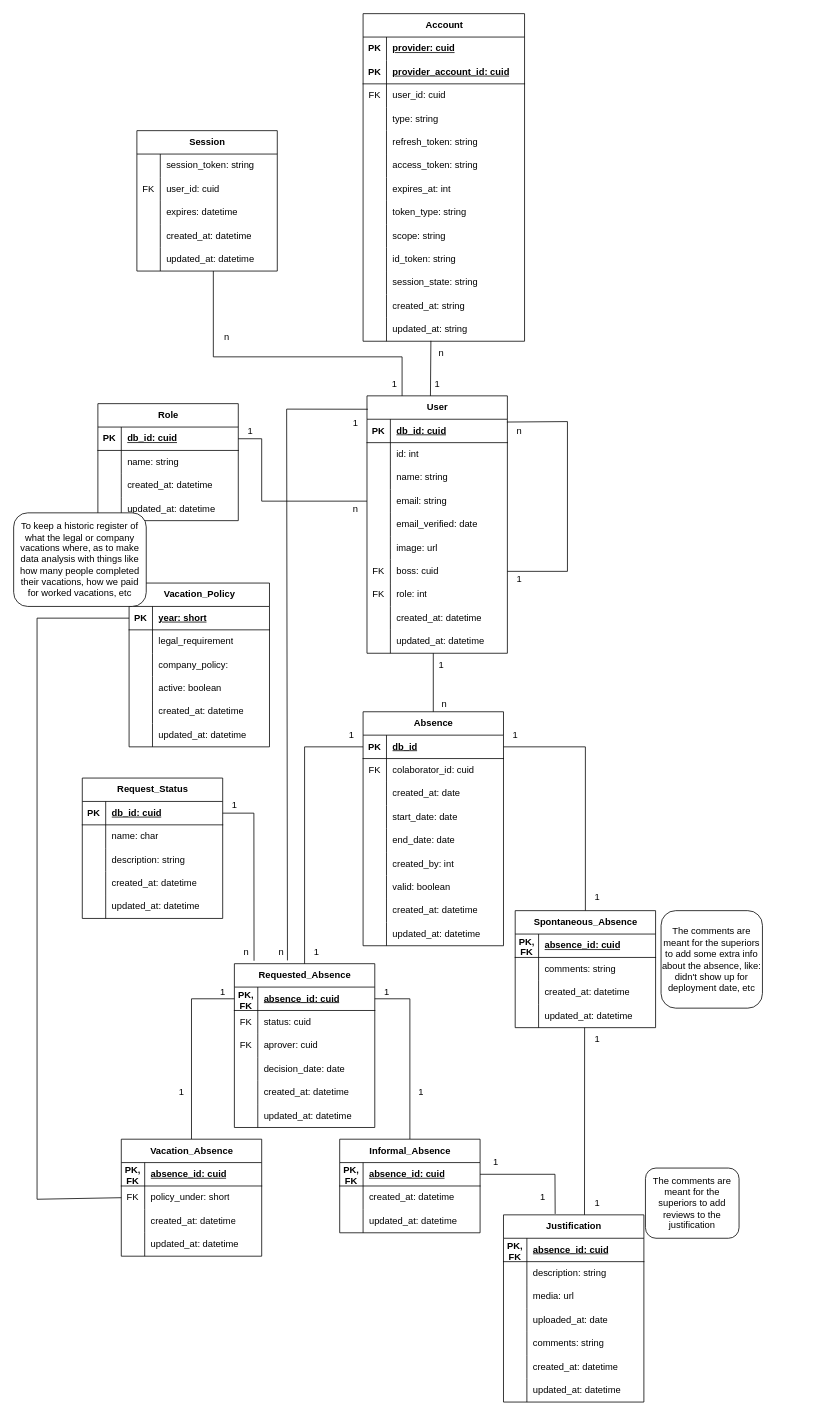
This is GestionHumana.drawio from Proyecto-de-Ingenieria-III-EIA/sistema-de-gestion-de-vacaciones, a draw.io file, before an edit. Source tidied: cells renumbered, new cells numbered last; positions are measured from the earlier drawing's top-left corner, leaving out a move shared by most shapes. Both pictures are drawn from the tidied source at 78%, with x=0, y=0 at pixel (13, 13).
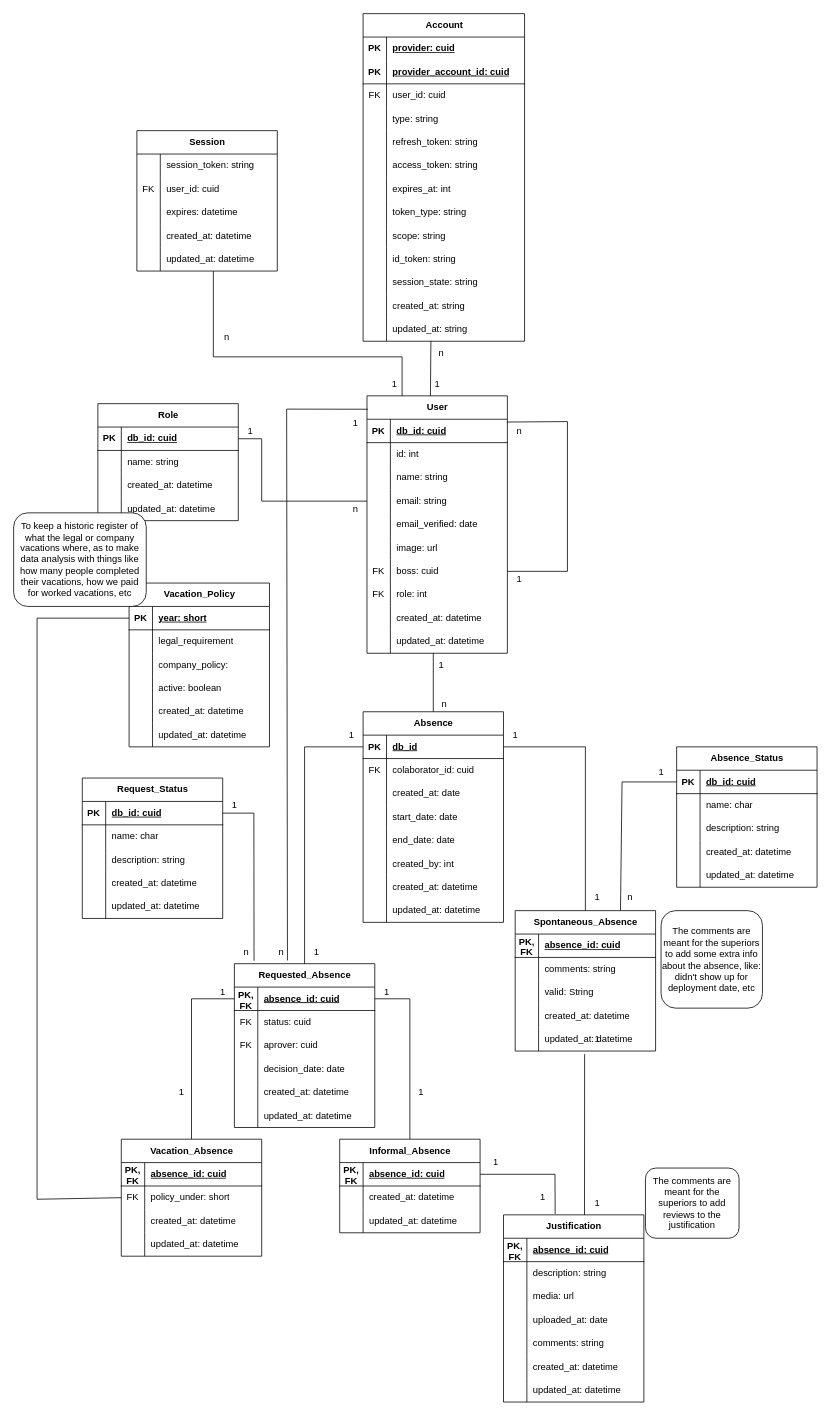
The same page after the edit.

Commit message:
Changed the database diagram

Unchanged cells that the change refers to:
```xml
<mxCell id="197" value="Justification" style="shape=table;startSize=30;childLayout=tableLayout;rowLines=0;fontStyle=1;align=center;html=1;" parent="1" vertex="1">
  <mxGeometry x="628" y="1540" width="180" height="240" as="geometry" />
</mxCell>
<mxCell id="250" value="1" style="text;html=1;align=center;verticalAlign=middle;points=[];strokeColor=none;fillColor=none;" parent="1" vertex="1">
  <mxGeometry x="733" y="1300" width="30" height="30" as="geometry" />
</mxCell>
```

What changed in the source:
```diff
@@
     <mxCell id="121" value="Absence" style="shape=table;startSize=30;childLayout=tableLayout;rowLines=0;fontStyle=1;align=center;html=1;" parent="1" vertex="1">
-      <mxGeometry x="448" y="895" width="180" height="300" as="geometry" />
+      <mxGeometry x="448" y="895" width="180" height="270" as="geometry" />
     </mxCell>
@@
-    <mxCell id="140" style="shape=tableRow;horizontal=0;startSize=0;swimlaneHead=0;swimlaneBody=0;fillColor=none;top=0;left=0;right=0;bottom=0;" parent="121" vertex="1">
-      <mxGeometry y="210" width="180" height="30" as="geometry" />
-    </mxCell>
-    <mxCell id="141" style="shape=partialRectangle;fillColor=none;top=0;left=0;bottom=0;right=0;overflow=hidden;whiteSpace=wrap;html=1;" parent="140" vertex="1">
-      <mxGeometry width="30" height="30" as="geometry" />
-    </mxCell>
-    <mxCell id="142" value="valid: boolean" style="shape=partialRectangle;fillColor=none;top=0;left=0;bottom=0;right=0;align=left;spacingLeft=6;overflow=hidden;whiteSpace=wrap;html=1;" parent="140" vertex="1">
-      <mxGeometry x="30" width="150" height="30" as="geometry" />
-    </mxCell>
     <mxCell id="143" style="shape=tableRow;horizontal=0;startSize=0;swimlaneHead=0;swimlaneBody=0;fillColor=none;top=0;left=0;right=0;bottom=0;" parent="121" vertex="1">
-      <mxGeometry y="240" width="180" height="30" as="geometry" />
+      <mxGeometry y="210" width="180" height="30" as="geometry" />
     </mxCell>
@@
     <mxCell id="146" style="shape=tableRow;horizontal=0;startSize=0;swimlaneHead=0;swimlaneBody=0;fillColor=none;top=0;left=0;right=0;bottom=0;" parent="121" vertex="1">
-      <mxGeometry y="270" width="180" height="30" as="geometry" />
+      <mxGeometry y="240" width="180" height="30" as="geometry" />
     </mxCell>
@@
     <mxCell id="168" value="Spontaneous_Absence" style="shape=table;startSize=30;childLayout=tableLayout;rowLines=0;fontStyle=1;align=center;html=1;" parent="1" vertex="1">
-      <mxGeometry x="643" y="1150" width="180" height="150" as="geometry" />
+      <mxGeometry x="643" y="1150" width="180" height="180" as="geometry" />
     </mxCell>
@@
+    <mxCell id="285" style="shape=tableRow;horizontal=0;startSize=0;swimlaneHead=0;swimlaneBody=0;fillColor=none;top=0;left=0;right=0;bottom=0;" parent="168" vertex="1">
+      <mxGeometry y="90" width="180" height="30" as="geometry" />
+    </mxCell>
+    <mxCell id="286" style="shape=partialRectangle;fillColor=none;top=0;left=0;bottom=0;right=0;overflow=hidden;whiteSpace=wrap;html=1;" parent="285" vertex="1">
+      <mxGeometry width="30" height="30" as="geometry" />
+    </mxCell>
+    <mxCell id="287" value="valid: String" style="shape=partialRectangle;fillColor=none;top=0;left=0;bottom=0;right=0;align=left;spacingLeft=6;overflow=hidden;whiteSpace=wrap;html=1;" parent="285" vertex="1">
+      <mxGeometry x="30" width="150" height="30" as="geometry" />
+    </mxCell>
     <mxCell id="175" style="shape=tableRow;horizontal=0;startSize=0;swimlaneHead=0;swimlaneBody=0;fillColor=none;top=0;left=0;right=0;bottom=0;" parent="168" vertex="1">
-      <mxGeometry y="90" width="180" height="30" as="geometry" />
+      <mxGeometry y="120" width="180" height="30" as="geometry" />
     </mxCell>
@@
     <mxCell id="178" style="shape=tableRow;horizontal=0;startSize=0;swimlaneHead=0;swimlaneBody=0;fillColor=none;top=0;left=0;right=0;bottom=0;" parent="168" vertex="1">
-      <mxGeometry y="120" width="180" height="30" as="geometry" />
+      <mxGeometry y="150" width="180" height="30" as="geometry" />
     </mxCell>
@@
-    <mxCell id="246" style="endArrow=none;html=1;rounded=0;exitX=0.577;exitY=0;exitDx=0;exitDy=0;exitPerimeter=0;" parent="1" edge="1" source="197">
-      <mxGeometry relative="1" as="geometry">
-        <mxPoint x="732" y="1300" as="targetPoint" />
-      </mxGeometry>
+    <mxCell id="246" style="endArrow=none;html=1;rounded=0;exitX=0.577;exitY=0;exitDx=0;exitDy=0;exitPerimeter=0;entryX=-0.033;entryY=1.133;entryDx=0;entryDy=0;entryPerimeter=0;" parent="1" edge="1" source="197" target="250">
+      <mxGeometry relative="1" as="geometry" />
     </mxCell>
@@
+    <mxCell id="288" value="Absence_Status" style="shape=table;startSize=30;childLayout=tableLayout;rowLines=0;fontStyle=1;align=center;html=1;" parent="1" vertex="1">
+      <mxGeometry x="850" y="940" width="180" height="180" as="geometry" />
+    </mxCell>
+    <mxCell id="289" style="shape=tableRow;horizontal=0;startSize=0;swimlaneHead=0;swimlaneBody=0;fillColor=none;points=[[0,0.5],[1,0.5]];portConstraint=eastwest;top=0;left=0;right=0;bottom=1;" parent="288" vertex="1">
+      <mxGeometry y="30" width="180" height="30" as="geometry" />
+    </mxCell>
+    <mxCell id="290" value="PK" style="shape=partialRectangle;fillColor=none;top=0;left=0;bottom=0;right=0;fontStyle=1;overflow=hidden;whiteSpace=wrap;html=1;" parent="289" vertex="1">
+      <mxGeometry width="30" height="30" as="geometry" />
+    </mxCell>
+    <mxCell id="291" value="db_id: cuid" style="shape=partialRectangle;fillColor=none;top=0;left=0;bottom=0;right=0;align=left;spacingLeft=6;fontStyle=5;overflow=hidden;whiteSpace=wrap;html=1;" parent="289" vertex="1">
+      <mxGeometry x="30" width="150" height="30" as="geometry" />
+    </mxCell>
+    <mxCell id="292" style="shape=tableRow;horizontal=0;startSize=0;swimlaneHead=0;swimlaneBody=0;fillColor=none;top=0;left=0;right=0;bottom=0;" parent="288" vertex="1">
+      <mxGeometry y="60" width="180" height="30" as="geometry" />
+    </mxCell>
+    <mxCell id="293" style="shape=partialRectangle;fillColor=none;top=0;left=0;bottom=0;right=0;overflow=hidden;whiteSpace=wrap;html=1;" parent="292" vertex="1">
+      <mxGeometry width="30" height="30" as="geometry" />
+    </mxCell>
+    <mxCell id="294" value="name: char" style="shape=partialRectangle;fillColor=none;top=0;left=0;bottom=0;right=0;align=left;spacingLeft=6;overflow=hidden;whiteSpace=wrap;html=1;" parent="292" vertex="1">
+      <mxGeometry x="30" width="150" height="30" as="geometry" />
+    </mxCell>
+    <mxCell id="295" style="shape=tableRow;horizontal=0;startSize=0;swimlaneHead=0;swimlaneBody=0;fillColor=none;top=0;left=0;right=0;bottom=0;" parent="288" vertex="1">
+      <mxGeometry y="90" width="180" height="30" as="geometry" />
+    </mxCell>
+    <mxCell id="296" style="shape=partialRectangle;fillColor=none;top=0;left=0;bottom=0;right=0;overflow=hidden;whiteSpace=wrap;html=1;" parent="295" vertex="1">
+      <mxGeometry width="30" height="30" as="geometry" />
+    </mxCell>
+    <mxCell id="297" value="description: string" style="shape=partialRectangle;fillColor=none;top=0;left=0;bottom=0;right=0;align=left;spacingLeft=6;overflow=hidden;whiteSpace=wrap;html=1;" parent="295" vertex="1">
+      <mxGeometry x="30" width="150" height="30" as="geometry" />
+    </mxCell>
+    <mxCell id="298" style="shape=tableRow;horizontal=0;startSize=0;swimlaneHead=0;swimlaneBody=0;fillColor=none;top=0;left=0;right=0;bottom=0;" parent="288" vertex="1">
+      <mxGeometry y="120" width="180" height="30" as="geometry" />
+    </mxCell>
+    <mxCell id="299" style="shape=partialRectangle;fillColor=none;top=0;left=0;bottom=0;right=0;overflow=hidden;whiteSpace=wrap;html=1;" parent="298" vertex="1">
+      <mxGeometry width="30" height="30" as="geometry" />
+    </mxCell>
+    <mxCell id="300" value="created_at: datetime" style="shape=partialRectangle;fillColor=none;top=0;left=0;bottom=0;right=0;align=left;spacingLeft=6;overflow=hidden;whiteSpace=wrap;html=1;" parent="298" vertex="1">
+      <mxGeometry x="30" width="150" height="30" as="geometry" />
+    </mxCell>
+    <mxCell id="301" style="shape=tableRow;horizontal=0;startSize=0;swimlaneHead=0;swimlaneBody=0;fillColor=none;top=0;left=0;right=0;bottom=0;" parent="288" vertex="1">
+      <mxGeometry y="150" width="180" height="30" as="geometry" />
+    </mxCell>
+    <mxCell id="302" style="shape=partialRectangle;fillColor=none;top=0;left=0;bottom=0;right=0;overflow=hidden;whiteSpace=wrap;html=1;" parent="301" vertex="1">
+      <mxGeometry width="30" height="30" as="geometry" />
+    </mxCell>
+    <mxCell id="303" value="updated_at: datetime" style="shape=partialRectangle;fillColor=none;top=0;left=0;bottom=0;right=0;align=left;spacingLeft=6;overflow=hidden;whiteSpace=wrap;html=1;" parent="301" vertex="1">
+      <mxGeometry x="30" width="150" height="30" as="geometry" />
+    </mxCell>
+    <mxCell id="304" style="endArrow=none;html=1;rounded=0;entryX=0;entryY=0.5;entryDx=0;entryDy=0;exitX=0.75;exitY=0;exitDx=0;exitDy=0;" parent="1" edge="1" source="168" target="289">
+      <mxGeometry relative="1" as="geometry">
+        <Array as="points">
+          <mxPoint x="780" y="985" />
+        </Array>
+      </mxGeometry>
+    </mxCell>
+    <mxCell id="305" value="n" style="text;html=1;align=center;verticalAlign=middle;strokeColor=none;fillColor=none;" parent="1" vertex="1">
+      <mxGeometry x="775" y="1118" width="30" height="30" as="geometry" />
+    </mxCell>
+    <mxCell id="306" value="1" style="text;html=1;align=center;verticalAlign=middle;strokeColor=none;fillColor=none;" parent="1" vertex="1">
+      <mxGeometry x="815" y="958" width="30" height="30" as="geometry" />
+    </mxCell>
```
